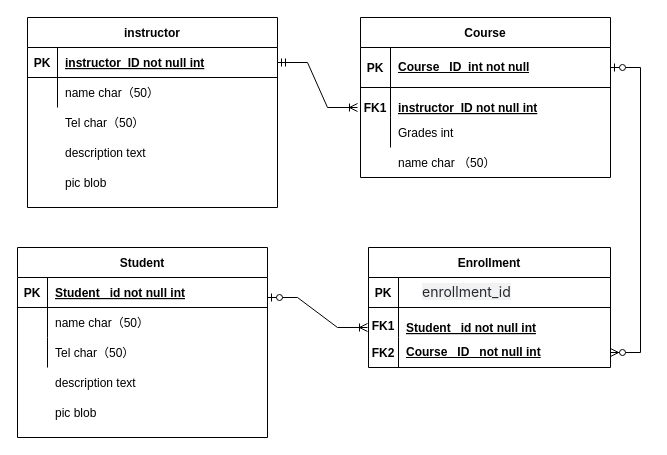
Above: 未命名绘图.drawio in MuMu0222/first-meet-c- (draw.io), before the change. Source tidied: cells renumbered, new cells numbered last; positions are measured from the earlier drawing's top-left corner, leaving out a move shared by most shapes. Both pictures are drawn from the tidied source at 100%, with x=0, y=0 at pixel (17, 17).
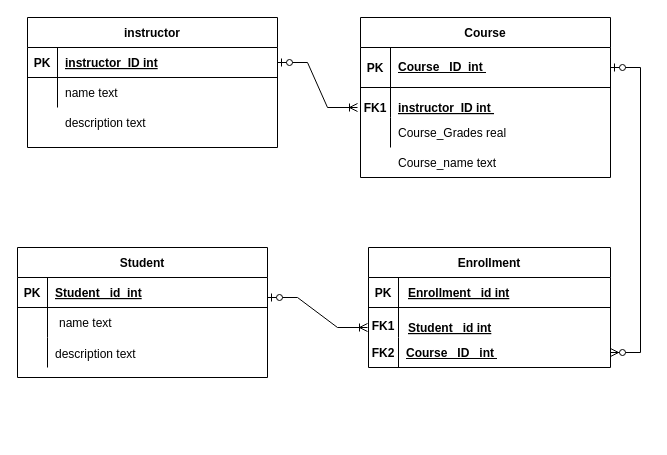
Above is the later version.

Commit message:
更新未命名绘图.drawio

The change refers to these unchanged cells:
```xml
<mxCell id="3" style="shape=partialRectangle;fillColor=none;points=[[0,0.5],[1,0.5]];portConstraint=eastwest;top=0;left=0;right=0;bottom=1;" parent="2" vertex="1">
  <mxGeometry y="30" width="250" height="40" as="geometry" />
</mxCell>
<mxCell id="9" style="shape=partialRectangle;fillColor=none;top=0;left=0;right=0;bottom=0;" parent="2" vertex="1">
  <mxGeometry y="100" width="250" height="30" as="geometry" />
</mxCell>
<mxCell id="23" style="shape=partialRectangle;fillColor=none;points=[[0,0.5],[1,0.5]];portConstraint=eastwest;top=0;left=0;right=0;bottom=1;" parent="22" vertex="1">
  <mxGeometry y="30" width="250" height="30" as="geometry" />
</mxCell>
```

Diff of the diagram source:
```diff
@@
-    <mxCell id="5" value="Course _ID  int not null" style="shape=partialRectangle;overflow=hidden;fillColor=none;top=0;left=0;bottom=0;right=0;align=left;spacingLeft=6;fontStyle=5;whiteSpace=wrap;" parent="3" vertex="1">
+    <mxCell id="5" value="Course _ID  int " style="shape=partialRectangle;overflow=hidden;fillColor=none;top=0;left=0;bottom=0;right=0;align=left;spacingLeft=6;fontStyle=5;whiteSpace=wrap;" parent="3" vertex="1">
       <mxGeometry x="30" width="220" height="40" as="geometry" />
     </mxCell>
@@
-    <mxCell id="11" value="Grades int " style="shape=partialRectangle;overflow=hidden;fillColor=none;top=0;left=0;bottom=0;right=0;align=left;spacingLeft=6;" parent="9" vertex="1">
+    <mxCell id="11" value="Course_Grades real" style="shape=partialRectangle;overflow=hidden;fillColor=none;top=0;left=0;bottom=0;right=0;align=left;spacingLeft=6;" parent="9" vertex="1">
       <mxGeometry x="30" width="220" height="30" as="geometry" />
     </mxCell>
     <mxCell id="12" value="Student" style="shape=table;startSize=30;childLayout=tableLayout;rowLines=0;fontStyle=1;align=center;" parent="1" vertex="1">
-      <mxGeometry y="230" width="250" height="190" as="geometry" />
+      <mxGeometry y="230" width="250" height="130" as="geometry" />
     </mxCell>
@@
     <mxCell id="22" value="instructor" style="shape=table;startSize=30;childLayout=tableLayout;rowLines=0;fontStyle=1;align=center;" parent="1" vertex="1">
-      <mxGeometry x="10" width="250" height="190" as="geometry" />
+      <mxGeometry x="10" width="250" height="130" as="geometry" />
     </mxCell>
@@
-    <mxCell id="25" value="instructor_ID not null int" style="shape=partialRectangle;overflow=hidden;fillColor=none;top=0;left=0;bottom=0;right=0;align=left;spacingLeft=6;fontStyle=5;" parent="23" vertex="1">
+    <mxCell id="25" value="instructor_ID int" style="shape=partialRectangle;overflow=hidden;fillColor=none;top=0;left=0;bottom=0;right=0;align=left;spacingLeft=6;fontStyle=5;" parent="23" vertex="1">
       <mxGeometry x="30" width="220" height="30" as="geometry" />
     </mxCell>
@@
-    <mxCell id="29" value="name char（50）" style="shape=partialRectangle;overflow=hidden;fillColor=none;top=0;left=0;bottom=0;right=0;align=left;spacingLeft=6;" parent="1" vertex="1">
+    <mxCell id="29" value="name text" style="shape=partialRectangle;overflow=hidden;fillColor=none;top=0;left=0;bottom=0;right=0;align=left;spacingLeft=6;" parent="1" vertex="1">
       <mxGeometry x="40" y="60" width="220" height="30" as="geometry" />
     </mxCell>
-    <mxCell id="30" value="Tel char（50）" style="shape=partialRectangle;overflow=hidden;fillColor=none;top=0;left=0;bottom=0;right=0;align=left;spacingLeft=6;" parent="1" vertex="1">
-      <mxGeometry x="40" y="90" width="220" height="30" as="geometry" />
-    </mxCell>
     <mxCell id="31" value="description text" style="shape=partialRectangle;overflow=hidden;fillColor=none;top=0;left=0;bottom=0;right=0;align=left;spacingLeft=6;" parent="1" vertex="1">
-      <mxGeometry x="40" y="120" width="220" height="30" as="geometry" />
+      <mxGeometry x="40" y="90" width="220" height="30" as="geometry" />
     </mxCell>
-    <mxCell id="32" value="pic blob" style="shape=partialRectangle;overflow=hidden;fillColor=none;top=0;left=0;bottom=0;right=0;align=left;spacingLeft=6;" parent="1" vertex="1">
-      <mxGeometry x="40" y="150" width="220" height="30" as="geometry" />
-    </mxCell>
@@
-    <mxCell id="34" value="instructor_ID not null int" style="shape=partialRectangle;overflow=hidden;fillColor=none;top=0;left=0;bottom=0;right=0;align=left;spacingLeft=6;fontStyle=5;" parent="1" vertex="1">
+    <mxCell id="34" value="instructor_ID int " style="shape=partialRectangle;overflow=hidden;fillColor=none;top=0;left=0;bottom=0;right=0;align=left;spacingLeft=6;fontStyle=5;" parent="1" vertex="1">
       <mxGeometry x="373" y="75" width="220" height="30" as="geometry" />
     </mxCell>
-    <mxCell id="35" value="Student _id not null int" style="shape=partialRectangle;overflow=hidden;fillColor=none;top=0;left=0;bottom=0;right=0;align=left;spacingLeft=6;fontStyle=5;" parent="1" vertex="1">
+    <mxCell id="35" value="Student _id  int" style="shape=partialRectangle;overflow=hidden;fillColor=none;top=0;left=0;bottom=0;right=0;align=left;spacingLeft=6;fontStyle=5;" parent="1" vertex="1">
       <mxGeometry x="30" y="260" width="220" height="30" as="geometry" />
     </mxCell>
-    <mxCell id="36" value="name char（50）" style="shape=partialRectangle;overflow=hidden;fillColor=none;top=0;left=0;bottom=0;right=0;align=left;spacingLeft=6;" parent="1" vertex="1">
-      <mxGeometry x="30" y="290" width="220" height="30" as="geometry" />
+    <mxCell id="36" value="name text" style="shape=partialRectangle;overflow=hidden;fillColor=none;top=0;left=0;bottom=0;right=0;align=left;spacingLeft=6;" parent="1" vertex="1">
+      <mxGeometry x="34" y="290" width="220" height="30" as="geometry" />
     </mxCell>
-    <mxCell id="37" value="Tel char（50）" style="shape=partialRectangle;overflow=hidden;fillColor=none;top=0;left=0;bottom=0;right=0;align=left;spacingLeft=6;" parent="1" vertex="1">
-      <mxGeometry x="30" y="320" width="220" height="30" as="geometry" />
-    </mxCell>
     <mxCell id="38" value="description text" style="shape=partialRectangle;overflow=hidden;fillColor=none;top=0;left=0;bottom=0;right=0;align=left;spacingLeft=6;" parent="1" vertex="1">
-      <mxGeometry x="30" y="350" width="220" height="30" as="geometry" />
+      <mxGeometry x="30" y="321" width="220" height="30" as="geometry" />
     </mxCell>
-    <mxCell id="39" value="pic blob" style="shape=partialRectangle;overflow=hidden;fillColor=none;top=0;left=0;bottom=0;right=0;align=left;spacingLeft=6;" parent="1" vertex="1">
-      <mxGeometry x="30" y="380" width="220" height="30" as="geometry" />
-    </mxCell>
-    <mxCell id="40" style="edgeStyle=entityRelationEdgeStyle;fontSize=12;html=1;endArrow=ERoneToMany;startArrow=ERmandOne;rounded=0;exitX=1;exitY=0.5;exitDx=0;exitDy=0;" parent="1" edge="1" source="23">
-      <mxGeometry relative="1" as="geometry">
-        <mxPoint x="340" y="90" as="targetPoint" />
-      </mxGeometry>
-    </mxCell>
@@
-    <mxCell id="51" value="&lt;span style=&quot;color: rgb(36, 41, 47); font-family: &amp;quot;Microsoft Yahei&amp;quot;, &amp;quot;PingFang SC&amp;quot;, &amp;quot;SF Pro SC&amp;quot;, &amp;quot;SF Pro Text&amp;quot;, &amp;quot;SF Pro Icons&amp;quot;, &amp;quot;Helvetica Neue&amp;quot;, Helvetica, Arial, sans-serif; font-size: 14px; font-style: normal; font-variant-ligatures: normal; font-variant-caps: normal; font-weight: 400; letter-spacing: normal; orphans: 2; text-align: left; text-indent: 0px; text-transform: none; widows: 2; word-spacing: 0px; -webkit-text-stroke-width: 0px; background-color: rgba(0, 0, 0, 0.05); text-decoration-thickness: initial; text-decoration-style: initial; text-decoration-color: initial; float: none; display: inline !important;&quot;&gt;enrollment_id&lt;/span&gt;" style="text;whiteSpace=wrap;html=1;" parent="1" vertex="1">
-      <mxGeometry x="403" y="260" width="130" height="40" as="geometry" />
-    </mxCell>
-    <mxCell id="52" value="Student _id not null int" style="shape=partialRectangle;overflow=hidden;fillColor=none;top=0;left=0;bottom=0;right=0;align=left;spacingLeft=6;fontStyle=5;" parent="1" vertex="1">
-      <mxGeometry x="381" y="295" width="220" height="30" as="geometry" />
+    <mxCell id="52" value="Student _id int" style="shape=partialRectangle;overflow=hidden;fillColor=none;top=0;left=0;bottom=0;right=0;align=left;spacingLeft=6;fontStyle=5;" parent="1" vertex="1">
+      <mxGeometry x="383" y="295" width="220" height="30" as="geometry" />
     </mxCell>
@@
-    <mxCell id="55" value="Course _ID   not null int" style="shape=partialRectangle;overflow=hidden;fillColor=none;top=0;left=0;bottom=0;right=0;align=left;spacingLeft=6;fontStyle=5;whiteSpace=wrap;" parent="1" vertex="1">
-      <mxGeometry x="381" y="315" width="212" height="40" as="geometry" />
+    <mxCell id="55" value="Course _ID   int " style="shape=partialRectangle;overflow=hidden;fillColor=none;top=0;left=0;bottom=0;right=0;align=left;spacingLeft=6;fontStyle=5;whiteSpace=wrap;" parent="1" vertex="1">
+      <mxGeometry x="381" y="316" width="212" height="40" as="geometry" />
     </mxCell>
@@
-    <mxCell id="58" value="name char （50）" style="shape=partialRectangle;overflow=hidden;fillColor=none;top=0;left=0;bottom=0;right=0;align=left;spacingLeft=6;" parent="1" vertex="1">
+    <mxCell id="58" value="Course_name text" style="shape=partialRectangle;overflow=hidden;fillColor=none;top=0;left=0;bottom=0;right=0;align=left;spacingLeft=6;" parent="1" vertex="1">
       <mxGeometry x="373" y="130" width="220" height="30" as="geometry" />
     </mxCell>
+    <mxCell id="59" value="Enrollment _id int" style="shape=partialRectangle;overflow=hidden;fillColor=none;top=0;left=0;bottom=0;right=0;align=left;spacingLeft=6;fontStyle=5;" parent="1" vertex="1">
+      <mxGeometry x="383" y="260" width="220" height="30" as="geometry" />
+    </mxCell>
+    <mxCell id="60" style="edgeStyle=entityRelationEdgeStyle;fontSize=12;html=1;endArrow=ERoneToMany;startArrow=ERzeroToOne;rounded=0;" parent="1" edge="1">
+      <mxGeometry relative="1" as="geometry">
+        <mxPoint x="260" y="45" as="sourcePoint" />
+        <mxPoint x="340" y="90" as="targetPoint" />
+      </mxGeometry>
+    </mxCell>
```
